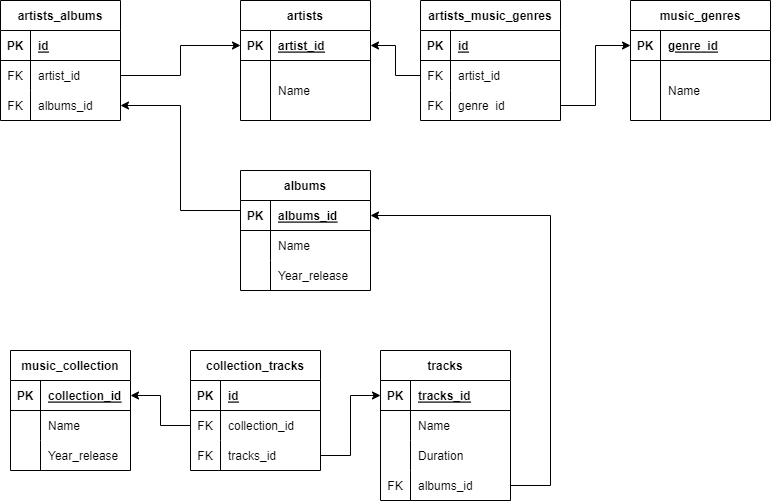
Earlier version of the draw.io export DataBase_create.png (IvanKravz/DataBase_Create). Source tidied: cells renumbered, new cells last; positions are measured from the earlier drawing's top-left corner, leaving out a move shared by most shapes.
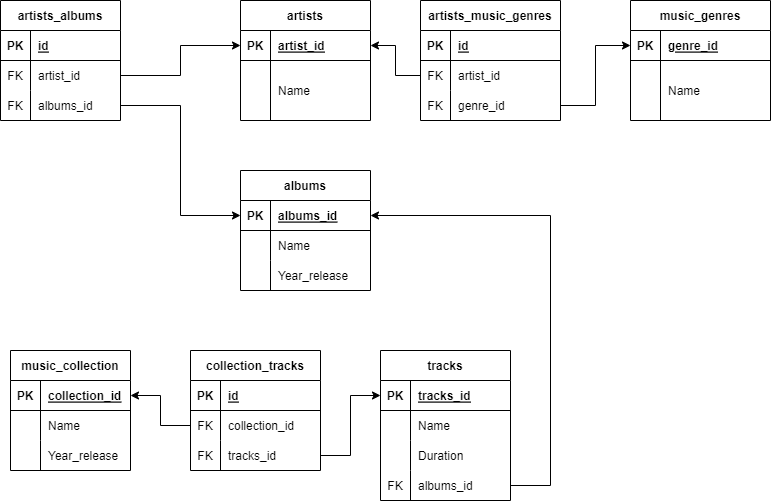
Later version of the same file.

What changed in the source:
```diff
@@ -11,7 +11,7 @@
     <mxCell id="4" value="PK" style="shape=partialRectangle;fillColor=none;top=0;left=0;bottom=0;right=0;fontStyle=1;overflow=hidden;" parent="3" vertex="1">
       <mxGeometry width="30" height="30" as="geometry" />
     </mxCell>
-    <mxCell id="5" value="genre  id" style="shape=partialRectangle;fillColor=none;top=0;left=0;bottom=0;right=0;align=left;spacingLeft=6;fontStyle=5;overflow=hidden;" parent="3" vertex="1">
+    <mxCell id="5" value="genre_id" style="shape=partialRectangle;fillColor=none;top=0;left=0;bottom=0;right=0;align=left;spacingLeft=6;fontStyle=5;overflow=hidden;" parent="3" vertex="1">
       <mxGeometry x="30" width="110" height="30" as="geometry" />
     </mxCell>
     <mxCell id="6" style="shape=tableRow;horizontal=0;startSize=0;swimlaneHead=0;swimlaneBody=0;fillColor=none;top=0;left=0;right=0;bottom=0;" parent="2" vertex="1">
@@ -147,7 +147,7 @@
     <mxCell id="48" value="FK" style="shape=partialRectangle;fillColor=none;top=0;left=0;bottom=0;right=0;overflow=hidden;" parent="47" vertex="1">
       <mxGeometry width="30" height="30" as="geometry" />
     </mxCell>
-    <mxCell id="49" value="genre  id" style="shape=partialRectangle;fillColor=none;top=0;left=0;bottom=0;right=0;align=left;spacingLeft=6;overflow=hidden;" parent="47" vertex="1">
+    <mxCell id="49" value="genre_id" style="shape=partialRectangle;fillColor=none;top=0;left=0;bottom=0;right=0;align=left;spacingLeft=6;overflow=hidden;" parent="47" vertex="1">
       <mxGeometry x="30" width="110" height="30" as="geometry" />
     </mxCell>
     <mxCell id="50" style="edgeStyle=orthogonalEdgeStyle;rounded=0;jettySize=auto;html=1;entryX=1;entryY=0.5;entryDx=0;entryDy=0;" parent="1" edge="1" source="44" target="10">
@@ -186,14 +186,6 @@
     <mxCell id="61" value="albums_id" style="shape=partialRectangle;fillColor=none;top=0;left=0;bottom=0;right=0;align=left;spacingLeft=6;overflow=hidden;" parent="59" vertex="1">
       <mxGeometry x="30" width="90" height="30" as="geometry" />
     </mxCell>
-    <mxCell id="62" style="edgeStyle=orthogonalEdgeStyle;rounded=0;jettySize=auto;html=1;entryX=1;entryY=0.5;entryDx=0;entryDy=0;" parent="1" edge="1" source="17" target="59">
-      <mxGeometry relative="1" as="geometry">
-        <Array as="points">
-          <mxPoint x="180" y="210" />
-          <mxPoint x="180" y="105" />
-        </Array>
-      </mxGeometry>
-    </mxCell>
     <mxCell id="63" style="edgeStyle=orthogonalEdgeStyle;rounded=0;jettySize=auto;html=1;entryX=0;entryY=0.5;entryDx=0;entryDy=0;" parent="1" edge="1" source="56" target="10">
       <mxGeometry relative="1" as="geometry" />
     </mxCell>
@@ -263,5 +255,8 @@
     <mxCell id="85" style="edgeStyle=orthogonalEdgeStyle;rounded=0;jettySize=auto;html=1;entryX=0;entryY=0.5;entryDx=0;entryDy=0;" parent="1" edge="1" source="81" target="27">
       <mxGeometry relative="1" as="geometry" />
     </mxCell>
+    <mxCell id="86" style="edgeStyle=orthogonalEdgeStyle;rounded=0;jettySize=auto;html=1;entryX=0;entryY=0.5;entryDx=0;entryDy=0;" parent="1" edge="1" source="59" target="17">
+      <mxGeometry relative="1" as="geometry" />
+    </mxCell>
   </root>
 </mxGraphModel>
```
